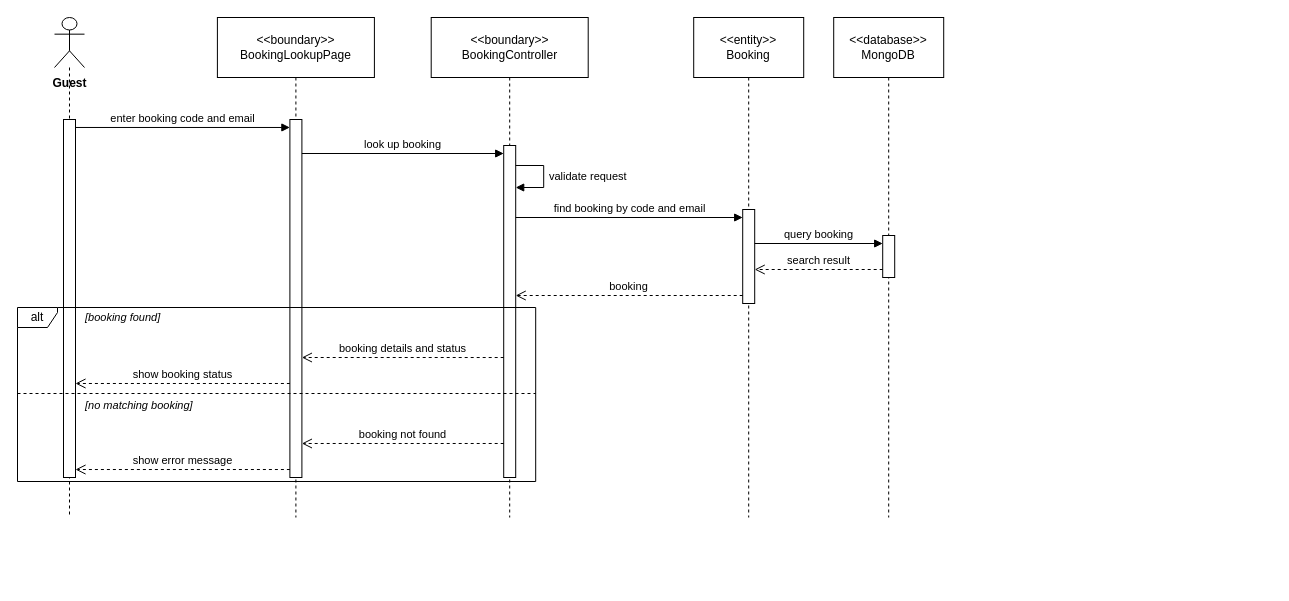
The draw.io diagram final/diagrams/M3_Booking-And-Customer_Diagrams/sequence_diagrams/SD-12_UC-G13_CheckBookingStatus.drawio in toikobi401/SWD392, before the edit. Source tidied: cells renumbered, new cells numbered last; positions are measured from the earlier drawing's top-left corner, leaving out a move shared by most shapes. Both pictures are drawn from the tidied source at 100%, with x=0, y=0 at pixel (17, 17).
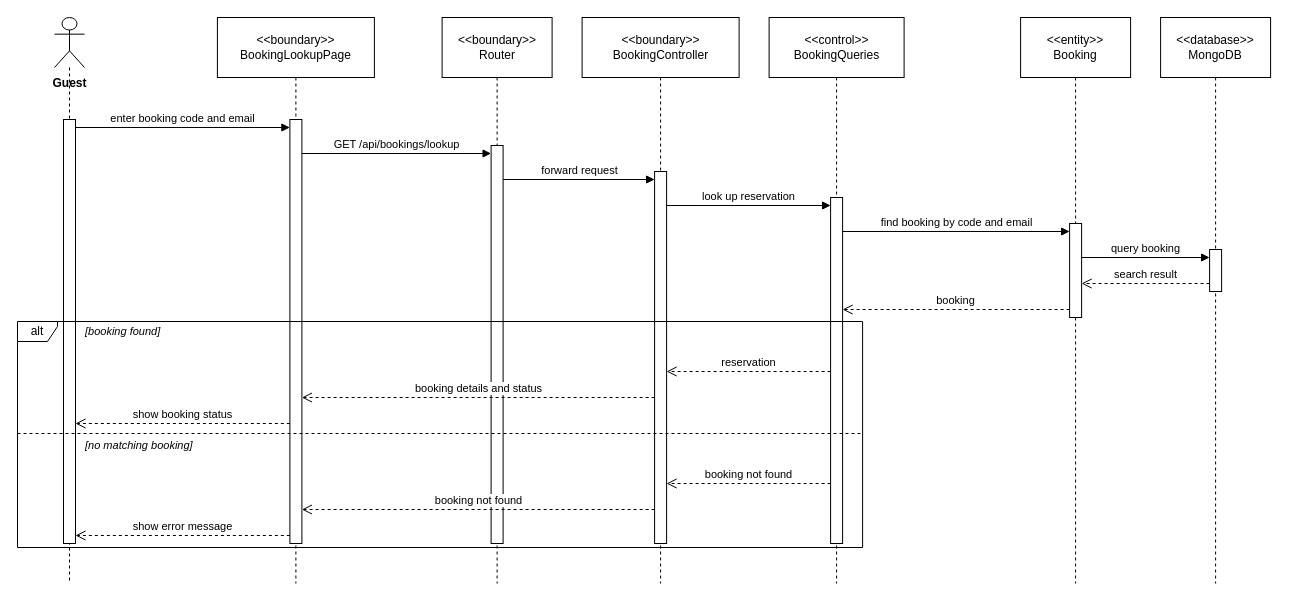
Above is the later version.

What changed in the source:
```diff
@@
     <mxCell id="2" value="Guest" style="shape=umlLifeline;participant=umlActor;perimeter=lifelinePerimeter;whiteSpace=nowrap;html=1;verticalAlign=top;spacingTop=52;size=50;fontStyle=1;" parent="1" vertex="1">
-      <mxGeometry x="37" width="30" height="500" as="geometry" />
+      <mxGeometry x="37" width="30" height="566" as="geometry" />
     </mxCell>
     <mxCell id="3" value="&amp;lt;&amp;lt;boundary&amp;gt;&amp;gt;&lt;br&gt;BookingLookupPage" style="shape=umlLifeline;perimeter=lifelinePerimeter;whiteSpace=wrap;html=1;size=60;" parent="1" vertex="1">
-      <mxGeometry x="199.9" width="157" height="500" as="geometry" />
+      <mxGeometry x="199.9" width="157" height="566" as="geometry" />
     </mxCell>
+    <mxCell id="27" value="&amp;lt;&amp;lt;boundary&amp;gt;&amp;gt;&lt;br&gt;Router" style="shape=umlLifeline;perimeter=lifelinePerimeter;whiteSpace=wrap;html=1;size=60;" parent="1" vertex="1">
+      <mxGeometry x="424.6" width="110" height="566" as="geometry" />
+    </mxCell>
     <mxCell id="4" value="&amp;lt;&amp;lt;boundary&amp;gt;&amp;gt;&lt;br&gt;BookingController" style="shape=umlLifeline;perimeter=lifelinePerimeter;whiteSpace=wrap;html=1;size=60;" parent="1" vertex="1">
-      <mxGeometry x="413.7" width="157" height="500" as="geometry" />
+      <mxGeometry x="564.6" width="157" height="566" as="geometry" />
     </mxCell>
+    <mxCell id="28" value="&amp;lt;&amp;lt;control&amp;gt;&amp;gt;&lt;br&gt;BookingQueries" style="shape=umlLifeline;perimeter=lifelinePerimeter;whiteSpace=wrap;html=1;size=60;" parent="1" vertex="1">
+      <mxGeometry x="751.6" width="135" height="566" as="geometry" />
+    </mxCell>
     <mxCell id="5" value="&amp;lt;&amp;lt;entity&amp;gt;&amp;gt;&lt;br&gt;Booking" style="shape=umlLifeline;perimeter=lifelinePerimeter;whiteSpace=wrap;html=1;size=60;" parent="1" vertex="1">
-      <mxGeometry x="676.2" width="110" height="500" as="geometry" />
+      <mxGeometry x="1003.1" width="110" height="566" as="geometry" />
     </mxCell>
     <mxCell id="6" value="&amp;lt;&amp;lt;database&amp;gt;&amp;gt;&lt;br&gt;MongoDB" style="shape=umlLifeline;perimeter=lifelinePerimeter;whiteSpace=wrap;html=1;size=60;" parent="1" vertex="1">
-      <mxGeometry x="816.2" width="110" height="500" as="geometry" />
+      <mxGeometry x="1143.1" width="110" height="566" as="geometry" />
     </mxCell>
     <mxCell id="7" style="html=1;points=[];perimeter=orthogonalPerimeter;outlineConnect=0;targetShapes=umlLifeline;portConstraint=eastwest;" parent="6" vertex="1">
-      <mxGeometry x="49" y="218" width="12" height="42" as="geometry" />
+      <mxGeometry x="49" y="232" width="12" height="42" as="geometry" />
     </mxCell>
     <mxCell id="8" style="html=1;points=[];perimeter=orthogonalPerimeter;outlineConnect=0;targetShapes=umlLifeline;portConstraint=eastwest;" parent="5" vertex="1">
-      <mxGeometry x="49" y="192" width="12" height="94" as="geometry" />
+      <mxGeometry x="49" y="206" width="12" height="94" as="geometry" />
     </mxCell>
-    <mxCell id="9" style="html=1;points=[];perimeter=orthogonalPerimeter;outlineConnect=0;targetShapes=umlLifeline;portConstraint=eastwest;" parent="4" vertex="1">
-      <mxGeometry x="72.5" y="128" width="12" height="332" as="geometry" />
-    </mxCell>
-    <mxCell id="10" style="html=1;points=[];perimeter=orthogonalPerimeter;outlineConnect=0;targetShapes=umlLifeline;portConstraint=eastwest;" parent="3" vertex="1">
-      <mxGeometry x="72.5" y="102" width="12" height="358" as="geometry" />
-    </mxCell>
-    <mxCell id="11" style="html=1;points=[];perimeter=orthogonalPerimeter;outlineConnect=0;targetShapes=umlLifeline;portConstraint=eastwest;" parent="2" vertex="1">
-      <mxGeometry x="9" y="102" width="12" height="358" as="geometry" />
-    </mxCell>
+    <mxCell id="29" style="html=1;points=[];perimeter=orthogonalPerimeter;outlineConnect=0;targetShapes=umlLifeline;portConstraint=eastwest;" parent="28" vertex="1">
+      <mxGeometry x="61.5" y="180" width="12" height="346" as="geometry" />
+    </mxCell>
+    <mxCell id="30" style="html=1;points=[];perimeter=orthogonalPerimeter;outlineConnect=0;targetShapes=umlLifeline;portConstraint=eastwest;" parent="4" vertex="1">
+      <mxGeometry x="72.5" y="154" width="12" height="372" as="geometry" />
+    </mxCell>
+    <mxCell id="31" style="html=1;points=[];perimeter=orthogonalPerimeter;outlineConnect=0;targetShapes=umlLifeline;portConstraint=eastwest;" parent="27" vertex="1">
+      <mxGeometry x="49" y="128" width="12" height="398" as="geometry" />
+    </mxCell>
+    <mxCell id="32" style="html=1;points=[];perimeter=orthogonalPerimeter;outlineConnect=0;targetShapes=umlLifeline;portConstraint=eastwest;" parent="3" vertex="1">
+      <mxGeometry x="72.5" y="102" width="12" height="424" as="geometry" />
+    </mxCell>
+    <mxCell id="33" style="html=1;points=[];perimeter=orthogonalPerimeter;outlineConnect=0;targetShapes=umlLifeline;portConstraint=eastwest;" parent="2" vertex="1">
+      <mxGeometry x="9" y="102" width="12" height="424" as="geometry" />
+    </mxCell>
     <mxCell id="12" value="alt" style="shape=umlFrame;whiteSpace=wrap;html=1;width=40;height=20;" parent="1" vertex="1">
-      <mxGeometry y="290" width="518.2" height="174" as="geometry" />
+      <mxGeometry y="304" width="845.1" height="226" as="geometry" />
     </mxCell>
     <mxCell id="13" style="endArrow=none;dashed=1;html=1;rounded=0;" parent="1" edge="1">
       <mxGeometry relative="1" as="geometry">
-        <mxPoint y="376" as="sourcePoint" />
-        <mxPoint x="518.2" y="376" as="targetPoint" />
+        <mxPoint y="416" as="sourcePoint" />
+        <mxPoint x="845.1" y="416" as="targetPoint" />
       </mxGeometry>
     </mxCell>
     <mxCell id="14" value="[booking found]" style="text;html=1;align=left;verticalAlign=middle;whiteSpace=nowrap;fontSize=11;fontStyle=2;labelBackgroundColor=#ffffff;" parent="1" vertex="1">
-      <mxGeometry x="66" y="290" width="93.9" height="20" as="geometry" />
+      <mxGeometry x="66" y="304" width="93.9" height="20" as="geometry" />
     </mxCell>
     <mxCell id="15" value="[no matching booking]" style="text;html=1;align=left;verticalAlign=middle;whiteSpace=nowrap;fontSize=11;fontStyle=2;labelBackgroundColor=#ffffff;" parent="1" vertex="1">
-      <mxGeometry x="66" y="378" width="131.7" height="20" as="geometry" />
+      <mxGeometry x="66" y="418" width="131.7" height="20" as="geometry" />
     </mxCell>
-    <mxCell id="16" value="enter booking code and email" style="html=1;verticalAlign=bottom;rounded=0;fontSize=11;endArrow=block;endFill=1;exitX=1;exitY=0.0223;exitDx=0;exitDy=0;exitPerimeter=0;entryX=0;entryY=0.0223;entryDx=0;entryDy=0;entryPerimeter=0;" parent="1" edge="1" source="11" target="10">
+    <mxCell id="16" value="enter booking code and email" style="html=1;verticalAlign=bottom;rounded=0;fontSize=11;endArrow=block;endFill=1;exitX=1;exitY=0.0189;exitDx=0;exitDy=0;exitPerimeter=0;entryX=0;entryY=0.0189;entryDx=0;entryDy=0;entryPerimeter=0;" parent="1" edge="1" source="33" target="32">
       <mxGeometry relative="1" as="geometry" />
     </mxCell>
-    <mxCell id="17" value="look up booking" style="html=1;verticalAlign=bottom;rounded=0;fontSize=11;endArrow=block;endFill=1;exitX=1;exitY=0.095;exitDx=0;exitDy=0;exitPerimeter=0;entryX=0;entryY=0.0241;entryDx=0;entryDy=0;entryPerimeter=0;" parent="1" edge="1" source="10" target="9">
+    <mxCell id="17" value="GET /api/bookings/lookup" style="html=1;verticalAlign=bottom;rounded=0;fontSize=11;endArrow=block;endFill=1;exitX=1;exitY=0.0802;exitDx=0;exitDy=0;exitPerimeter=0;entryX=0;entryY=0.0201;entryDx=0;entryDy=0;entryPerimeter=0;" parent="1" edge="1" source="32" target="31">
       <mxGeometry relative="1" as="geometry" />
     </mxCell>
-    <mxCell id="18" value="validate request" style="html=1;align=left;spacingLeft=4;verticalAlign=middle;endArrow=block;endFill=1;rounded=0;fontSize=11;exitX=1;exitY=0.0602;exitDx=0;exitDy=0;exitPerimeter=0;entryX=1;entryY=0.1265;entryDx=0;entryDy=0;entryPerimeter=0;" parent="1" edge="1" source="9" target="9">
-      <mxGeometry relative="1" as="geometry">
-        <Array as="points">
-          <mxPoint x="526.2" y="148" />
-          <mxPoint x="526.2" y="170" />
-        </Array>
-      </mxGeometry>
+    <mxCell id="18" value="forward request" style="html=1;verticalAlign=bottom;rounded=0;fontSize=11;endArrow=block;endFill=1;exitX=1;exitY=0.0854;exitDx=0;exitDy=0;exitPerimeter=0;entryX=0;entryY=0.0215;entryDx=0;entryDy=0;entryPerimeter=0;" parent="1" edge="1" source="31" target="30">
+      <mxGeometry relative="1" as="geometry" />
     </mxCell>
-    <mxCell id="19" value="find booking by code and email" style="html=1;verticalAlign=bottom;rounded=0;fontSize=11;endArrow=block;endFill=1;exitX=1;exitY=0.2169;exitDx=0;exitDy=0;exitPerimeter=0;entryX=0;entryY=0.0851;entryDx=0;entryDy=0;entryPerimeter=0;" parent="1" edge="1" source="9" target="8">
+    <mxCell id="19" value="look up reservation" style="html=1;verticalAlign=bottom;rounded=0;fontSize=11;endArrow=block;endFill=1;exitX=1;exitY=0.0914;exitDx=0;exitDy=0;exitPerimeter=0;entryX=0;entryY=0.0231;entryDx=0;entryDy=0;entryPerimeter=0;" parent="1" edge="1" source="30" target="29">
       <mxGeometry relative="1" as="geometry" />
     </mxCell>
-    <mxCell id="20" value="query booking" style="html=1;verticalAlign=bottom;rounded=0;fontSize=11;endArrow=block;endFill=1;exitX=1;exitY=0.3617;exitDx=0;exitDy=0;exitPerimeter=0;entryX=0;entryY=0.1905;entryDx=0;entryDy=0;entryPerimeter=0;" parent="1" edge="1" source="8" target="7">
+    <mxCell id="20" value="find booking by code and email" style="html=1;verticalAlign=bottom;rounded=0;fontSize=11;endArrow=block;endFill=1;exitX=1;exitY=0.0983;exitDx=0;exitDy=0;exitPerimeter=0;entryX=0;entryY=0.0851;entryDx=0;entryDy=0;entryPerimeter=0;" parent="1" edge="1" source="29" target="8">
       <mxGeometry relative="1" as="geometry" />
     </mxCell>
-    <mxCell id="21" value="search result" style="html=1;verticalAlign=bottom;rounded=0;fontSize=11;dashed=1;endArrow=open;endSize=8;exitX=0;exitY=0.8095;exitDx=0;exitDy=0;exitPerimeter=0;entryX=1;entryY=0.6383;entryDx=0;entryDy=0;entryPerimeter=0;" parent="1" edge="1" source="7" target="8">
+    <mxCell id="21" value="query booking" style="html=1;verticalAlign=bottom;rounded=0;fontSize=11;endArrow=block;endFill=1;exitX=1;exitY=0.3617;exitDx=0;exitDy=0;exitPerimeter=0;entryX=0;entryY=0.1905;entryDx=0;entryDy=0;entryPerimeter=0;" parent="1" edge="1" source="8" target="7">
       <mxGeometry relative="1" as="geometry" />
     </mxCell>
-    <mxCell id="22" value="booking" style="html=1;verticalAlign=bottom;rounded=0;fontSize=11;dashed=1;endArrow=open;endSize=8;exitX=0;exitY=0.9149;exitDx=0;exitDy=0;exitPerimeter=0;entryX=1;entryY=0.4518;entryDx=0;entryDy=0;entryPerimeter=0;" parent="1" edge="1" source="8" target="9">
+    <mxCell id="22" value="search result" style="html=1;verticalAlign=bottom;rounded=0;fontSize=11;dashed=1;endArrow=open;endSize=8;exitX=0;exitY=0.8095;exitDx=0;exitDy=0;exitPerimeter=0;entryX=1;entryY=0.6383;entryDx=0;entryDy=0;entryPerimeter=0;" parent="1" edge="1" source="7" target="8">
       <mxGeometry relative="1" as="geometry" />
     </mxCell>
-    <mxCell id="23" value="booking details and status" style="html=1;verticalAlign=bottom;rounded=0;fontSize=11;dashed=1;endArrow=open;endSize=8;exitX=0;exitY=0.6386;exitDx=0;exitDy=0;exitPerimeter=0;entryX=1;entryY=0.6648;entryDx=0;entryDy=0;entryPerimeter=0;" parent="1" edge="1" source="9" target="10">
+    <mxCell id="23" value="booking" style="html=1;verticalAlign=bottom;rounded=0;fontSize=11;dashed=1;endArrow=open;endSize=8;exitX=0;exitY=0.9149;exitDx=0;exitDy=0;exitPerimeter=0;entryX=1;entryY=0.3237;entryDx=0;entryDy=0;entryPerimeter=0;" parent="1" edge="1" source="8" target="29">
       <mxGeometry relative="1" as="geometry" />
     </mxCell>
-    <mxCell id="24" value="show booking status" style="html=1;verticalAlign=bottom;rounded=0;fontSize=11;dashed=1;endArrow=open;endSize=8;exitX=0;exitY=0.7374;exitDx=0;exitDy=0;exitPerimeter=0;entryX=1;entryY=0.7374;entryDx=0;entryDy=0;entryPerimeter=0;" parent="1" edge="1" source="10" target="11">
+    <mxCell id="24" value="reservation" style="html=1;verticalAlign=bottom;rounded=0;fontSize=11;dashed=1;endArrow=open;endSize=8;exitX=0;exitY=0.5029;exitDx=0;exitDy=0;exitPerimeter=0;entryX=1;entryY=0.5376;entryDx=0;entryDy=0;entryPerimeter=0;" parent="1" edge="1" source="29" target="30">
       <mxGeometry relative="1" as="geometry" />
     </mxCell>
-    <mxCell id="25" value="booking not found" style="html=1;verticalAlign=bottom;rounded=0;fontSize=11;dashed=1;endArrow=open;endSize=8;exitX=0;exitY=0.8976;exitDx=0;exitDy=0;exitPerimeter=0;entryX=1;entryY=0.905;entryDx=0;entryDy=0;entryPerimeter=0;" parent="1" edge="1" source="9" target="10">
+    <mxCell id="25" value="booking details and status" style="html=1;verticalAlign=bottom;rounded=0;fontSize=11;dashed=1;endArrow=open;endSize=8;exitX=0;exitY=0.6075;exitDx=0;exitDy=0;exitPerimeter=0;entryX=1;entryY=0.6557;entryDx=0;entryDy=0;entryPerimeter=0;" parent="1" edge="1" source="30" target="32">
       <mxGeometry relative="1" as="geometry" />
     </mxCell>
-    <mxCell id="26" value="show error message" style="html=1;verticalAlign=bottom;rounded=0;fontSize=11;dashed=1;endArrow=open;endSize=8;exitX=0;exitY=0.9777;exitDx=0;exitDy=0;exitPerimeter=0;entryX=1;entryY=0.9777;entryDx=0;entryDy=0;entryPerimeter=0;" parent="1" edge="1" source="10" target="11">
+    <mxCell id="26" value="show booking status" style="html=1;verticalAlign=bottom;rounded=0;fontSize=11;dashed=1;endArrow=open;endSize=8;exitX=0;exitY=0.717;exitDx=0;exitDy=0;exitPerimeter=0;entryX=1;entryY=0.717;entryDx=0;entryDy=0;entryPerimeter=0;" parent="1" edge="1" source="32" target="33">
       <mxGeometry relative="1" as="geometry" />
     </mxCell>
+    <mxCell id="34" value="booking not found" style="html=1;verticalAlign=bottom;rounded=0;fontSize=11;dashed=1;endArrow=open;endSize=8;exitX=0;exitY=0.8266;exitDx=0;exitDy=0;exitPerimeter=0;entryX=1;entryY=0.8387;entryDx=0;entryDy=0;entryPerimeter=0;" parent="1" edge="1" source="29" target="30">
+      <mxGeometry relative="1" as="geometry" />
+    </mxCell>
+    <mxCell id="35" value="booking not found" style="html=1;verticalAlign=bottom;rounded=0;fontSize=11;dashed=1;endArrow=open;endSize=8;exitX=0;exitY=0.9086;exitDx=0;exitDy=0;exitPerimeter=0;entryX=1;entryY=0.9198;entryDx=0;entryDy=0;entryPerimeter=0;" parent="1" edge="1" source="30" target="32">
+      <mxGeometry relative="1" as="geometry" />
+    </mxCell>
+    <mxCell id="36" value="show error message" style="html=1;verticalAlign=bottom;rounded=0;fontSize=11;dashed=1;endArrow=open;endSize=8;exitX=0;exitY=0.9811;exitDx=0;exitDy=0;exitPerimeter=0;entryX=1;entryY=0.9811;entryDx=0;entryDy=0;entryPerimeter=0;" parent="1" edge="1" source="32" target="33">
+      <mxGeometry relative="1" as="geometry" />
+    </mxCell>
```
